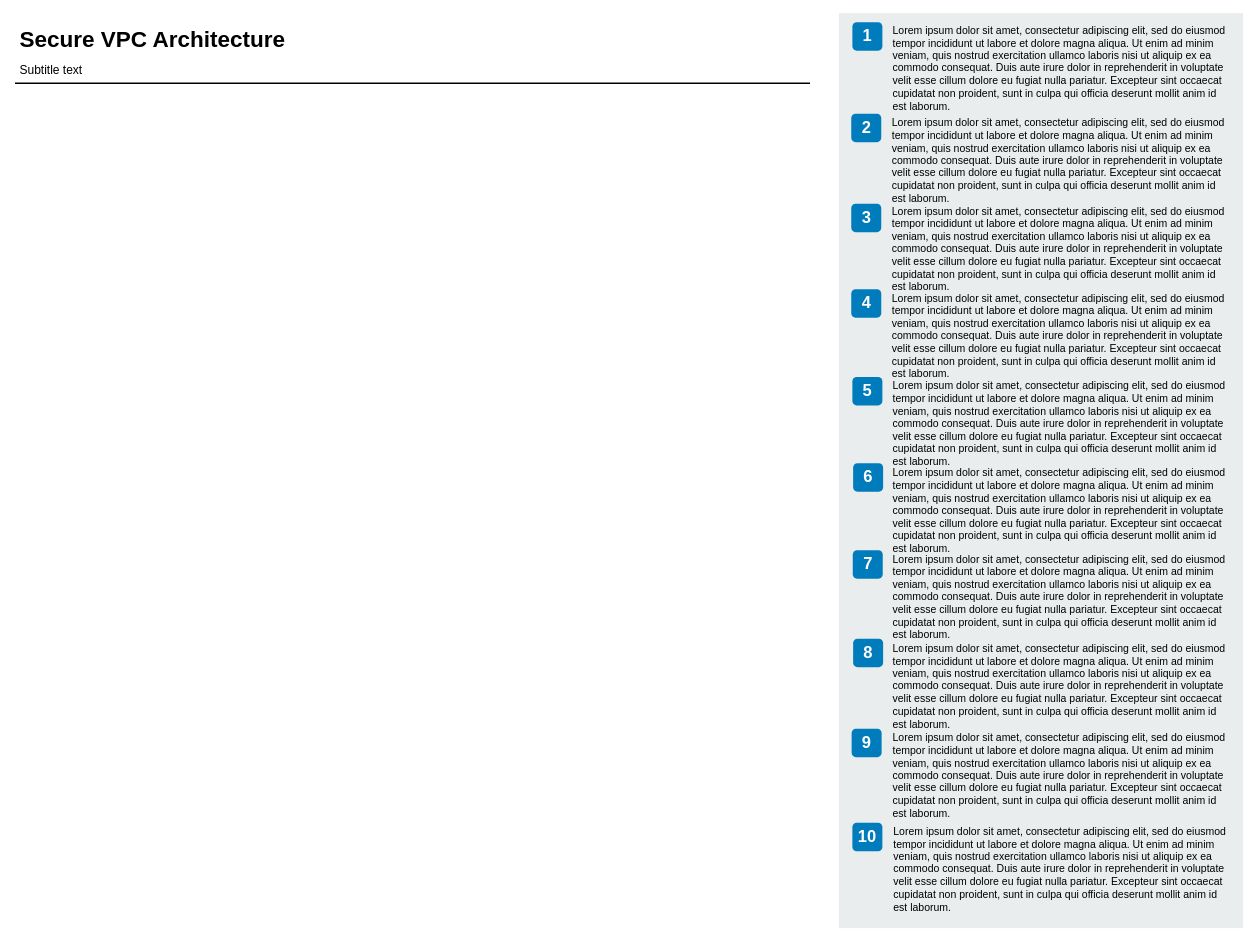
The draw.io diagram SecureVPC.drawio in smscully/Networking, before the edit. Source tidied: cells renumbered, new cells numbered last; positions are measured from the earlier drawing's top-left corner, leaving out a move shared by most shapes. Both pictures are drawn from the tidied source at 75%, with x=0, y=0 at pixel (14, 13).
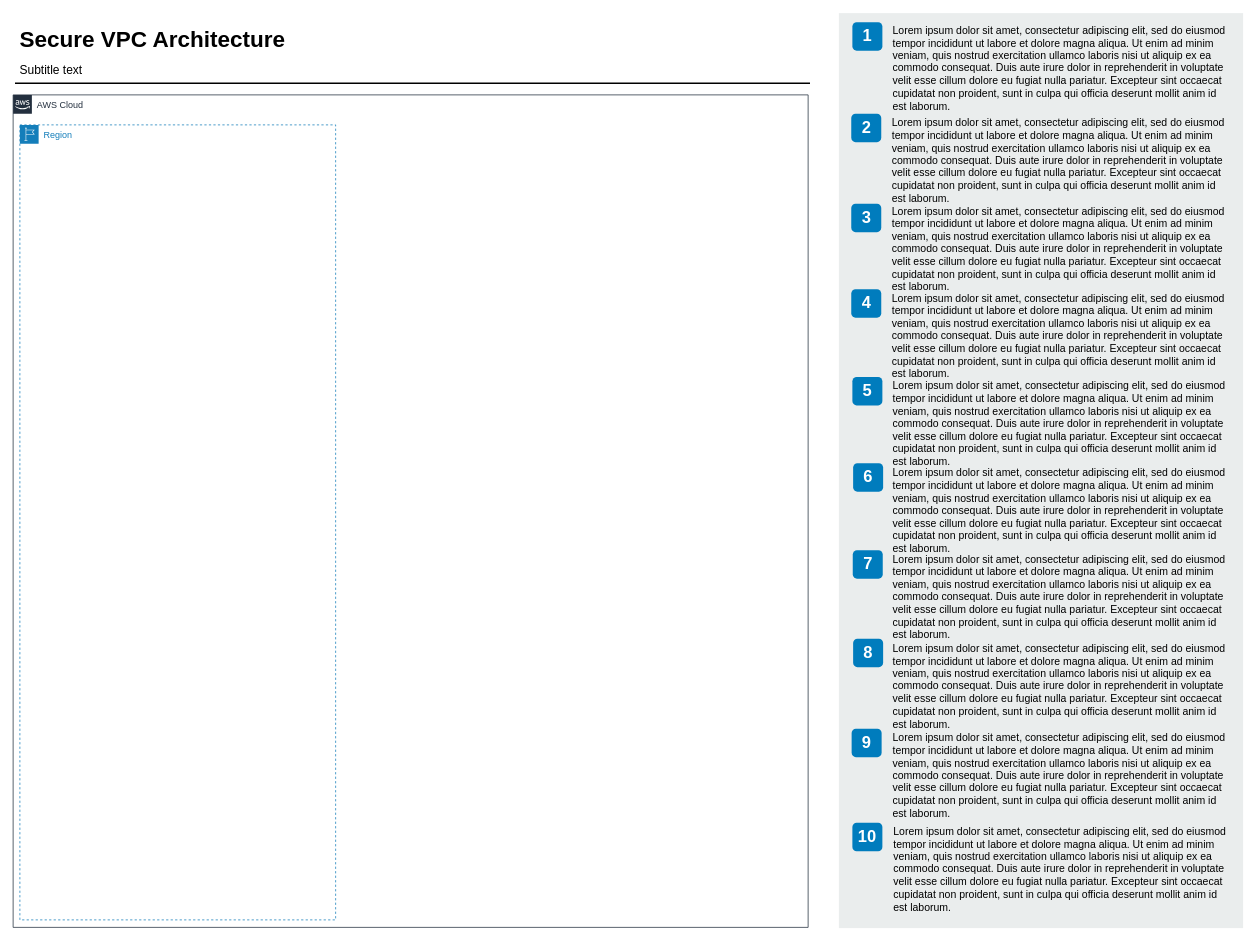
After the change.

What changed in the source:
```diff
@@
+    <mxCell id="26" value="AWS Cloud" style="gradientColor=none;html=1;whiteSpace=wrap;fontSize=12;fontStyle=0;shape=mxgraph.aws4.group;grIcon=mxgraph.aws4.group_aws_cloud_alt;strokeColor=#232F3E;fillColor=none;verticalAlign=top;align=left;spacingLeft=30;fontColor=#232F3E;dashed=0;" parent="1" vertex="1">
+      <mxGeometry x="-2" y="109" width="1060" height="1110" as="geometry" />
+    </mxCell>
+    <mxCell id="27" value="Region" style="gradientColor=none;html=1;whiteSpace=wrap;fontSize=12;fontStyle=0;shape=mxgraph.aws4.group;grIcon=mxgraph.aws4.group_region;strokeColor=#147EBA;fillColor=none;verticalAlign=top;align=left;spacingLeft=30;fontColor=#147EBA;dashed=1;" parent="26" vertex="1">
+      <mxGeometry x="9" y="40" width="421" height="1060" as="geometry" />
+    </mxCell>
```
